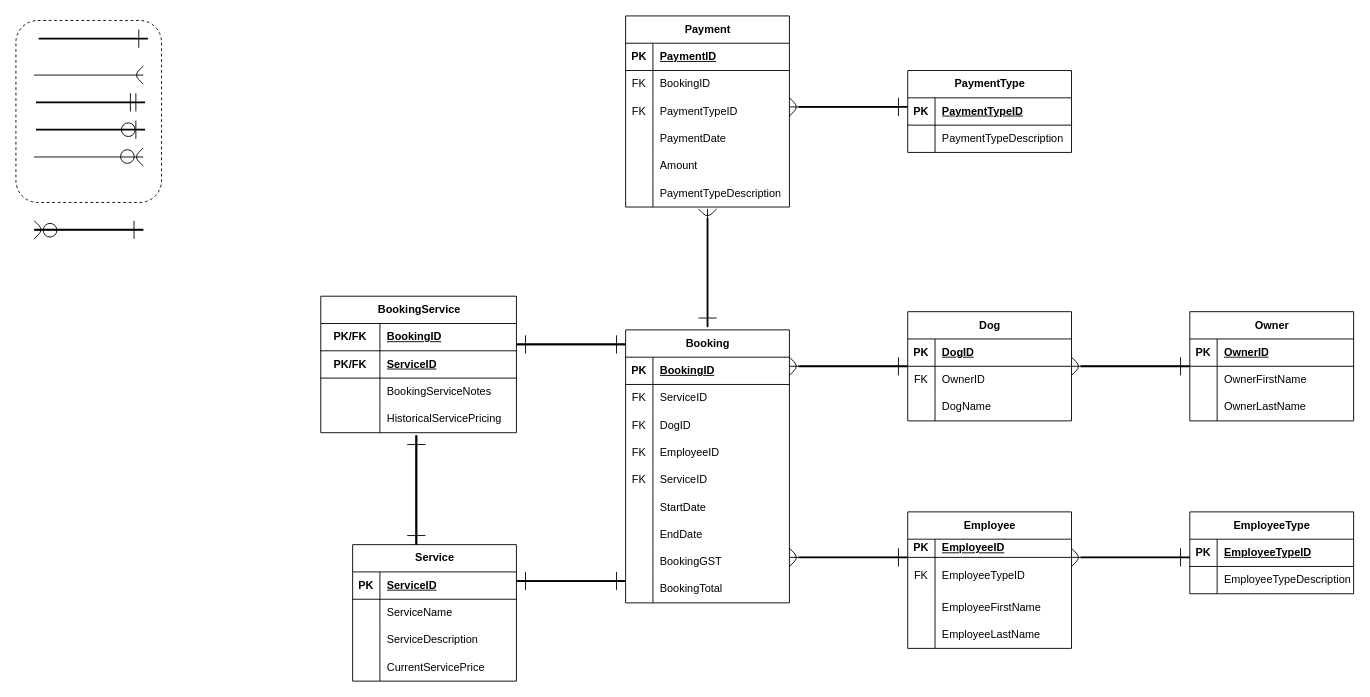
The draw.io diagram Assignment 1 - DUE OCT 2/Assignment1_James_Jaffray/Merged_ERDs.drawio in James-Jaffray/Database_Fundamentals_in_Class, before the edit. Source tidied: cells renumbered, new cells numbered last; positions are measured from the earlier drawing's top-left corner, leaving out a move shared by most shapes. Both pictures are drawn from the tidied source at 91%, with x=0, y=0 at pixel (15, 15).
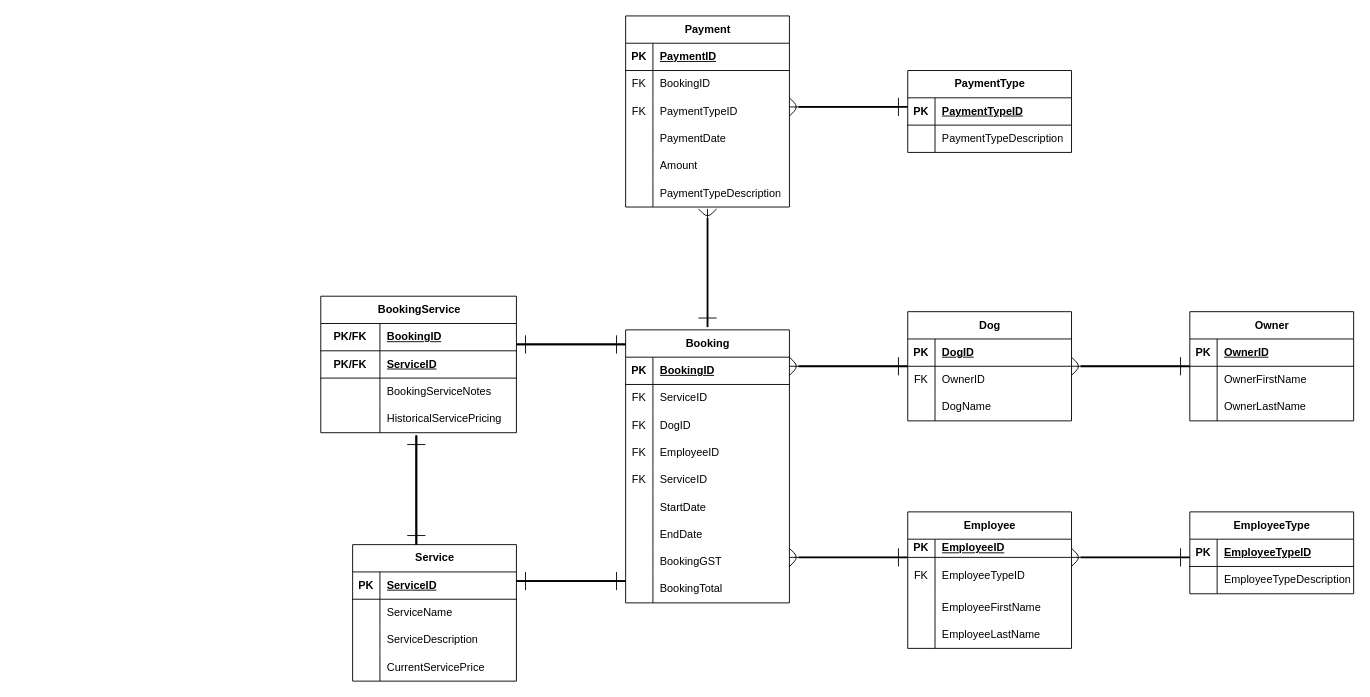
The same page after the edit.

Change to the diagram source:
```diff
@@
-<mxGraphModel>
+<mxGraphModel background="light-dark(#ffffff, #121212)">
@@
-    <mxCell id="122" style="rounded=1;whiteSpace=wrap;html=1;fillColor=none;dashed=1;" parent="1" vertex="1">
-      <mxGeometry y="5" width="160" height="200" as="geometry" />
-    </mxCell>
-    <mxCell id="123" style="group;" parent="1" vertex="1">
-      <mxGeometry x="22" y="115" width="120" height="20" as="geometry" />
-    </mxCell>
-    <mxCell id="124" style="endArrow=none;html=1;strokeWidth=2;" parent="123" edge="1">
-      <mxGeometry relative="1" as="geometry">
-        <mxPoint y="10" as="sourcePoint" />
-        <mxPoint x="120" y="10" as="targetPoint" />
-      </mxGeometry>
-    </mxCell>
-    <mxCell id="125" style="endArrow=none;html=1;" parent="123" edge="1">
-      <mxGeometry relative="1" as="geometry">
-        <mxPoint x="109.8" y="20" as="sourcePoint" />
-        <mxPoint x="109.8" as="targetPoint" />
-      </mxGeometry>
-    </mxCell>
-    <mxCell id="126" style="ellipse;whiteSpace=wrap;html=1;fillColor=none;" parent="123" vertex="1">
-      <mxGeometry x="94" y="2.5" width="15" height="15" as="geometry" />
-    </mxCell>
-    <mxCell id="127" style="group;" parent="1" vertex="1">
-      <mxGeometry x="20" y="55" width="120" height="20" as="geometry" />
-    </mxCell>
-    <mxCell id="128" style="endArrow=none;html=1;" parent="127" edge="1">
-      <mxGeometry relative="1" as="geometry">
-        <mxPoint y="10" as="sourcePoint" />
-        <mxPoint x="120" y="10" as="targetPoint" />
-      </mxGeometry>
-    </mxCell>
-    <mxCell id="129" style="endArrow=none;html=1;" parent="127" edge="1">
-      <mxGeometry relative="1" as="geometry">
-        <mxPoint x="120" y="20" as="sourcePoint" />
-        <mxPoint x="120" as="targetPoint" />
-        <Array as="points">
-          <mxPoint x="110" y="10" />
-        </Array>
-      </mxGeometry>
-    </mxCell>
-    <mxCell id="130" style="group;" parent="1" vertex="1">
-      <mxGeometry x="20" y="225" width="120" height="20" as="geometry" />
-    </mxCell>
-    <mxCell id="131" style="endArrow=none;html=1;strokeWidth=2;" parent="130" edge="1">
-      <mxGeometry relative="1" as="geometry">
-        <mxPoint y="10" as="sourcePoint" />
-        <mxPoint x="120" y="10" as="targetPoint" />
-      </mxGeometry>
-    </mxCell>
-    <mxCell id="132" style="endArrow=none;html=1;" parent="130" edge="1">
-      <mxGeometry relative="1" as="geometry">
-        <mxPoint x="109.8" y="20" as="sourcePoint" />
-        <mxPoint x="109.8" as="targetPoint" />
-      </mxGeometry>
-    </mxCell>
-    <mxCell id="133" style="group;rotation=-180;" parent="130" vertex="1">
-      <mxGeometry width="120" height="20" as="geometry" />
-    </mxCell>
-    <mxCell id="134" style="endArrow=none;html=1;" parent="133" edge="1">
-      <mxGeometry relative="1" as="geometry">
-        <mxPoint x="120" y="10" as="sourcePoint" />
-        <mxPoint y="10" as="targetPoint" />
-      </mxGeometry>
-    </mxCell>
-    <mxCell id="135" style="endArrow=none;html=1;" parent="133" edge="1">
-      <mxGeometry relative="1" as="geometry">
-        <mxPoint as="sourcePoint" />
-        <mxPoint y="20" as="targetPoint" />
-        <Array as="points">
-          <mxPoint x="10" y="10" />
-        </Array>
-      </mxGeometry>
-    </mxCell>
-    <mxCell id="136" style="ellipse;whiteSpace=wrap;html=1;fillColor=none;rotation=-180;" parent="133" vertex="1">
-      <mxGeometry x="10" y="3" width="15" height="15" as="geometry" />
-    </mxCell>
-    <mxCell id="137" style="group;" parent="1" vertex="1">
-      <mxGeometry x="22" y="85" width="120" height="20" as="geometry" />
-    </mxCell>
-    <mxCell id="138" style="group;" parent="137" vertex="1">
-      <mxGeometry width="120" height="20" as="geometry" />
-    </mxCell>
-    <mxCell id="139" style="endArrow=none;html=1;strokeWidth=2;" parent="138" edge="1">
-      <mxGeometry relative="1" as="geometry">
-        <mxPoint y="10" as="sourcePoint" />
-        <mxPoint x="120" y="10" as="targetPoint" />
-      </mxGeometry>
-    </mxCell>
-    <mxCell id="140" style="endArrow=none;html=1;" parent="138" edge="1">
-      <mxGeometry relative="1" as="geometry">
-        <mxPoint x="109.8" y="20" as="sourcePoint" />
-        <mxPoint x="109.8" as="targetPoint" />
-      </mxGeometry>
-    </mxCell>
-    <mxCell id="141" style="endArrow=none;html=1;" parent="137" edge="1">
-      <mxGeometry relative="1" as="geometry">
-        <mxPoint x="103.8" y="20" as="sourcePoint" />
-        <mxPoint x="103.8" as="targetPoint" />
-      </mxGeometry>
-    </mxCell>
-    <mxCell id="142" style="group;" parent="1" vertex="1">
-      <mxGeometry x="20" y="145" width="120" height="20" as="geometry" />
-    </mxCell>
-    <mxCell id="143" style="endArrow=none;html=1;" parent="142" edge="1">
-      <mxGeometry relative="1" as="geometry">
-        <mxPoint y="10" as="sourcePoint" />
-        <mxPoint x="120" y="10" as="targetPoint" />
-      </mxGeometry>
-    </mxCell>
-    <mxCell id="144" style="endArrow=none;html=1;" parent="142" edge="1">
-      <mxGeometry relative="1" as="geometry">
-        <mxPoint x="120" y="20" as="sourcePoint" />
-        <mxPoint x="120" as="targetPoint" />
-        <Array as="points">
-          <mxPoint x="110" y="10" />
-        </Array>
-      </mxGeometry>
-    </mxCell>
-    <mxCell id="145" style="ellipse;whiteSpace=wrap;html=1;fillColor=none;" parent="142" vertex="1">
-      <mxGeometry x="95" y="2" width="15" height="15" as="geometry" />
-    </mxCell>
@@
-    <mxCell id="160" style="group;rotation=0;" parent="1" vertex="1">
-      <mxGeometry x="15" y="15" width="130" height="20" as="geometry" />
-    </mxCell>
-    <mxCell id="161" style="group;rotation=0;" parent="160" vertex="1">
-      <mxGeometry x="10" width="120" height="20" as="geometry" />
-    </mxCell>
-    <mxCell id="162" style="endArrow=none;html=1;strokeWidth=2;" parent="161" edge="1">
-      <mxGeometry relative="1" as="geometry">
-        <mxPoint y="10" as="sourcePoint" />
-        <mxPoint x="120" y="10" as="targetPoint" />
-      </mxGeometry>
-    </mxCell>
-    <mxCell id="163" style="endArrow=none;html=1;" parent="161" edge="1">
-      <mxGeometry relative="1" as="geometry">
-        <mxPoint x="110" y="20" as="sourcePoint" />
-        <mxPoint x="110" as="targetPoint" />
-      </mxGeometry>
-    </mxCell>
```
